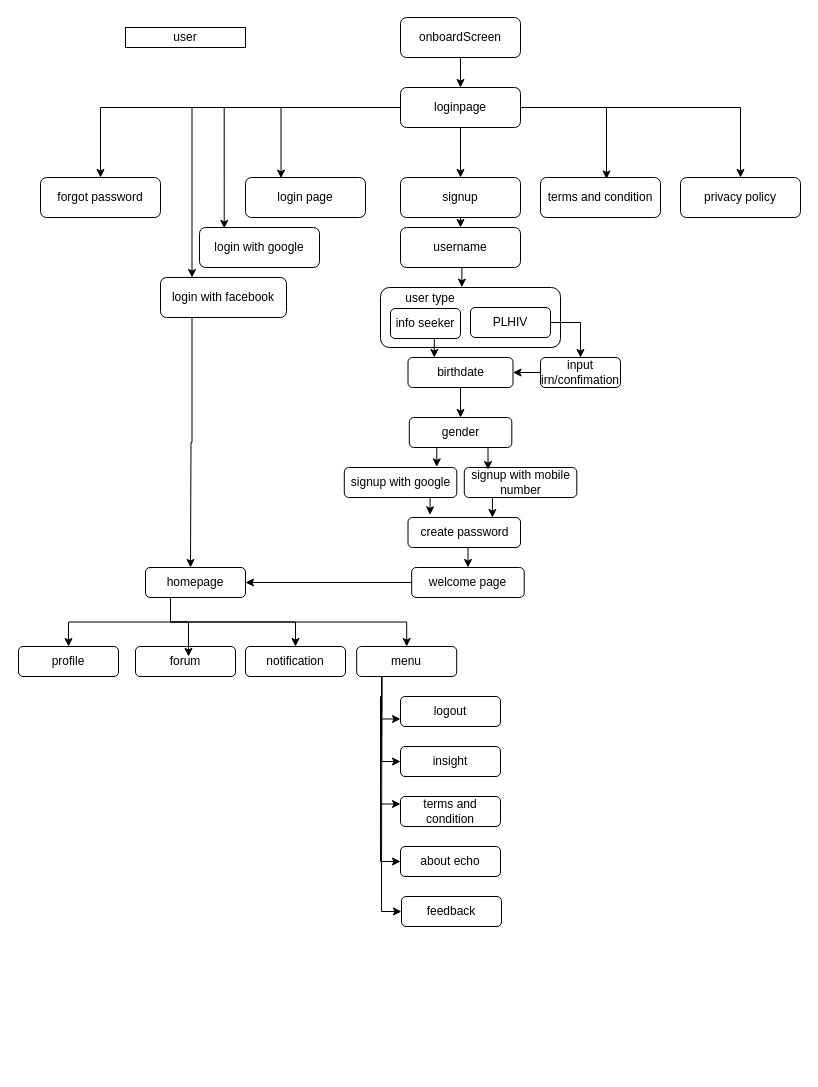
The draw.io diagram Untitled Diagram.drawio in tehnczon/project-echo, before the edit. Source tidied: cells renumbered, new cells numbered last; positions are measured from the earlier drawing's top-left corner, leaving out a move shared by most shapes. Both pictures are drawn from the tidied source at 100%, with x=0, y=0 at pixel (18, 17).
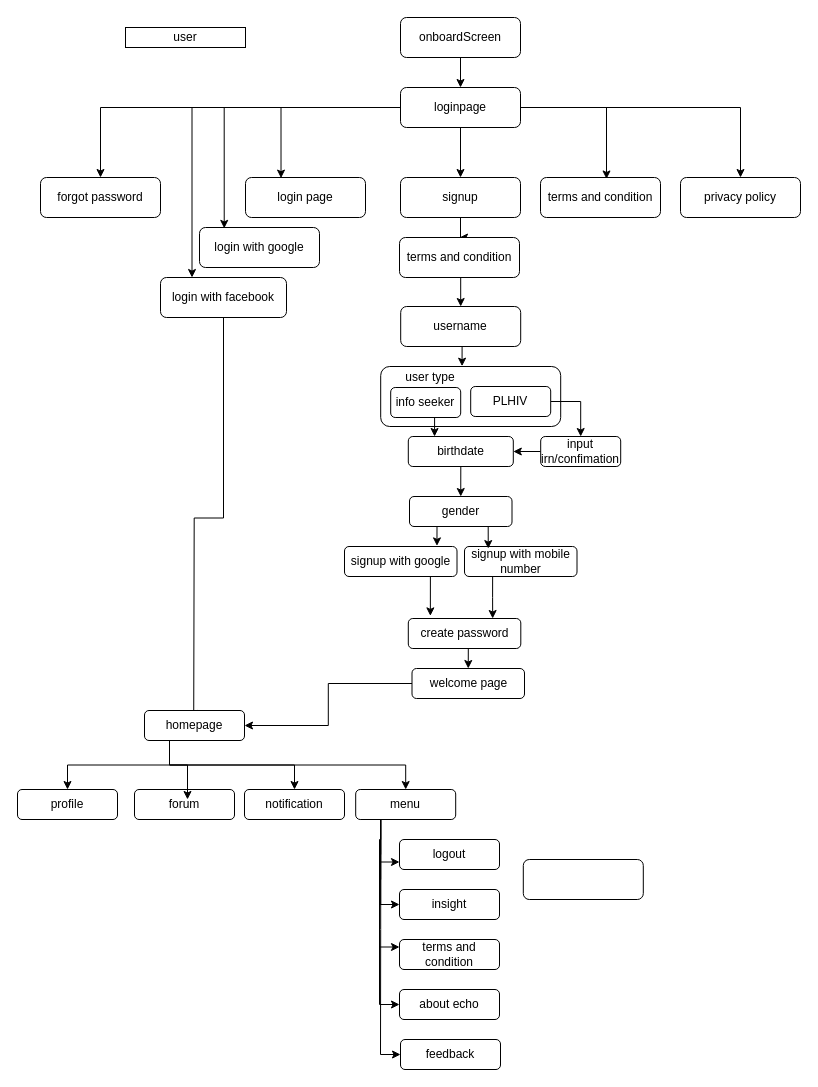
The same diagram, later.

Unchanged cells that the change refers to:
```xml
<mxCell id="11" value="signup" style="rounded=1;whiteSpace=wrap;html=1;" parent="1" vertex="1">
  <mxGeometry x="382" y="160" width="120" height="40" as="geometry" />
</mxCell>
<mxCell id="14" value="login with facebook" style="rounded=1;whiteSpace=wrap;html=1;" parent="1" vertex="1">
  <mxGeometry x="142" y="260" width="126" height="40" as="geometry" />
</mxCell>
```

What changed in the source:
```diff
@@
-    <mxCell id="10" style="edgeStyle=orthogonalEdgeStyle;rounded=0;jettySize=auto;html=1;exitX=0.5;exitY=1;exitDx=0;exitDy=0;entryX=0.5;entryY=0;entryDx=0;entryDy=0;" parent="1" edge="1" source="11" target="20">
-      <mxGeometry relative="1" as="geometry" />
-    </mxCell>
+    <mxCell id="65" style="edgeStyle=orthogonalEdgeStyle;rounded=0;jettySize=auto;html=1;exitX=0.5;exitY=1;exitDx=0;exitDy=0;" parent="1" edge="1" source="11" target="68">
+      <mxGeometry relative="1" as="geometry" />
+    </mxCell>
@@
-    <mxCell id="13" style="edgeStyle=orthogonalEdgeStyle;rounded=0;jettySize=auto;html=1;exitX=0.25;exitY=1;exitDx=0;exitDy=0;" parent="1" edge="1" source="14">
+    <mxCell id="13" style="edgeStyle=orthogonalEdgeStyle;rounded=0;jettySize=auto;html=1;" parent="1" edge="1" source="14">
       <mxGeometry relative="1" as="geometry">
-        <mxPoint x="172" y="550" as="targetPoint" />
+        <mxPoint x="175.2" y="701" as="targetPoint" />
       </mxGeometry>
     </mxCell>
@@
     <mxCell id="20" value="username" style="rounded=1;whiteSpace=wrap;html=1;" parent="1" vertex="1">
-      <mxGeometry x="382" y="210" width="120" height="40" as="geometry" />
+      <mxGeometry x="382.2" y="289" width="120" height="40" as="geometry" />
     </mxCell>
@@
     <mxCell id="22" style="rounded=1;whiteSpace=wrap;html=1;" parent="1" vertex="1">
-      <mxGeometry x="362" y="270" width="180" height="60" as="geometry" />
+      <mxGeometry x="362.2" y="349" width="180" height="60" as="geometry" />
     </mxCell>
@@
     <mxCell id="24" value="PLHIV" style="rounded=1;whiteSpace=wrap;html=1;" parent="1" vertex="1">
-      <mxGeometry x="452" y="290" width="80" height="30" as="geometry" />
+      <mxGeometry x="452.2" y="369" width="80" height="30" as="geometry" />
     </mxCell>
@@
     <mxCell id="26" value="info seeker" style="rounded=1;whiteSpace=wrap;html=1;" parent="1" vertex="1">
-      <mxGeometry x="372" y="291" width="70" height="30" as="geometry" />
+      <mxGeometry x="372.2" y="370" width="70" height="30" as="geometry" />
     </mxCell>
     <mxCell id="27" value="user type" style="rounded=1;whiteSpace=wrap;html=1;strokeColor=none;" parent="1" vertex="1">
-      <mxGeometry x="372" y="276" width="80" height="10" as="geometry" />
+      <mxGeometry x="372.2" y="355" width="80" height="10" as="geometry" />
     </mxCell>
@@
     <mxCell id="29" value="birthdate" style="rounded=1;whiteSpace=wrap;html=1;" parent="1" vertex="1">
-      <mxGeometry x="389.5" y="340" width="105" height="30" as="geometry" />
+      <mxGeometry x="389.8" y="419" width="105" height="30" as="geometry" />
     </mxCell>
     <mxCell id="30" value="gender" style="rounded=1;whiteSpace=wrap;html=1;" parent="1" vertex="1">
-      <mxGeometry x="390.8" y="400" width="102.5" height="30" as="geometry" />
+      <mxGeometry x="391" y="479" width="102.5" height="30" as="geometry" />
     </mxCell>
     <mxCell id="31" value="signup with google" style="rounded=1;whiteSpace=wrap;html=1;" parent="1" vertex="1">
-      <mxGeometry x="325.8" y="450" width="112.5" height="30" as="geometry" />
+      <mxGeometry x="326" y="529" width="112.5" height="30" as="geometry" />
     </mxCell>
@@
     <mxCell id="33" value="signup with mobile number" style="rounded=1;whiteSpace=wrap;html=1;" parent="1" vertex="1">
-      <mxGeometry x="445.8" y="450" width="112.5" height="30" as="geometry" />
+      <mxGeometry x="446" y="529" width="112.5" height="30" as="geometry" />
     </mxCell>
@@
     <mxCell id="35" value="create password" style="rounded=1;whiteSpace=wrap;html=1;" parent="1" vertex="1">
-      <mxGeometry x="389.5" y="500" width="112.5" height="30" as="geometry" />
+      <mxGeometry x="389.8" y="601" width="112.5" height="30" as="geometry" />
     </mxCell>
@@
     <mxCell id="41" value="input irn/confimation " style="rounded=1;whiteSpace=wrap;html=1;" parent="1" vertex="1">
-      <mxGeometry x="522" y="340" width="80" height="30" as="geometry" />
+      <mxGeometry x="522.2" y="419" width="80" height="30" as="geometry" />
     </mxCell>
@@
     <mxCell id="43" value="welcome page" style="rounded=1;whiteSpace=wrap;html=1;" parent="1" vertex="1">
-      <mxGeometry x="393.2" y="550" width="112.5" height="30" as="geometry" />
+      <mxGeometry x="393.5" y="651" width="112.5" height="30" as="geometry" />
     </mxCell>
@@
     <mxCell id="47" value="homepage" style="rounded=1;whiteSpace=wrap;html=1;" parent="1" vertex="1">
-      <mxGeometry x="127" y="550" width="100" height="30" as="geometry" />
+      <mxGeometry x="126" y="693" width="100" height="30" as="geometry" />
     </mxCell>
@@
     <mxCell id="50" value="profile" style="rounded=1;whiteSpace=wrap;html=1;" parent="1" vertex="1">
-      <mxGeometry y="629" width="100" height="30" as="geometry" />
+      <mxGeometry x="-1" y="772" width="100" height="30" as="geometry" />
     </mxCell>
     <mxCell id="51" value="forum" style="rounded=1;whiteSpace=wrap;html=1;" parent="1" vertex="1">
-      <mxGeometry x="117" y="629" width="100" height="30" as="geometry" />
+      <mxGeometry x="116" y="772" width="100" height="30" as="geometry" />
     </mxCell>
     <mxCell id="52" value="notification" style="rounded=1;whiteSpace=wrap;html=1;" parent="1" vertex="1">
-      <mxGeometry x="227" y="629" width="100" height="30" as="geometry" />
+      <mxGeometry x="226" y="772" width="100" height="30" as="geometry" />
     </mxCell>
@@
     <mxCell id="58" value="menu" style="rounded=1;whiteSpace=wrap;html=1;" parent="1" vertex="1">
-      <mxGeometry x="338.2" y="629" width="100" height="30" as="geometry" />
+      <mxGeometry x="337.2" y="772" width="100" height="30" as="geometry" />
     </mxCell>
@@
     <mxCell id="60" value="logout" style="rounded=1;whiteSpace=wrap;html=1;" parent="1" vertex="1">
-      <mxGeometry x="382" y="679" width="100" height="30" as="geometry" />
+      <mxGeometry x="381" y="822" width="100" height="30" as="geometry" />
     </mxCell>
     <mxCell id="61" value="insight" style="rounded=1;whiteSpace=wrap;html=1;" parent="1" vertex="1">
-      <mxGeometry x="382" y="729" width="100" height="30" as="geometry" />
+      <mxGeometry x="381" y="872" width="100" height="30" as="geometry" />
     </mxCell>
     <mxCell id="62" value="terms and condition" style="rounded=1;whiteSpace=wrap;html=1;" parent="1" vertex="1">
-      <mxGeometry x="382" y="779" width="100" height="30" as="geometry" />
+      <mxGeometry x="381" y="922" width="100" height="30" as="geometry" />
     </mxCell>
     <mxCell id="63" value="about echo" style="rounded=1;whiteSpace=wrap;html=1;" parent="1" vertex="1">
-      <mxGeometry x="382" y="829" width="100" height="30" as="geometry" />
+      <mxGeometry x="381" y="972" width="100" height="30" as="geometry" />
     </mxCell>
     <mxCell id="64" value="feedback" style="rounded=1;whiteSpace=wrap;html=1;" parent="1" vertex="1">
-      <mxGeometry x="383" y="879" width="100" height="30" as="geometry" />
+      <mxGeometry x="382" y="1022" width="100" height="30" as="geometry" />
     </mxCell>
+    <mxCell id="66" style="rounded=1;whiteSpace=wrap;html=1;" parent="1" vertex="1">
+      <mxGeometry x="504.8" y="842" width="120" height="40" as="geometry" />
+    </mxCell>
+    <mxCell id="67" style="edgeStyle=orthogonalEdgeStyle;rounded=0;jettySize=auto;html=1;exitX=0.5;exitY=1;exitDx=0;exitDy=0;entryX=0.5;entryY=0;entryDx=0;entryDy=0;" parent="1" edge="1" source="68" target="20">
+      <mxGeometry relative="1" as="geometry" />
+    </mxCell>
+    <mxCell id="68" value="terms and condition " style="rounded=1;whiteSpace=wrap;html=1;" parent="1" vertex="1">
+      <mxGeometry x="381" y="220" width="120" height="40" as="geometry" />
+    </mxCell>
```
